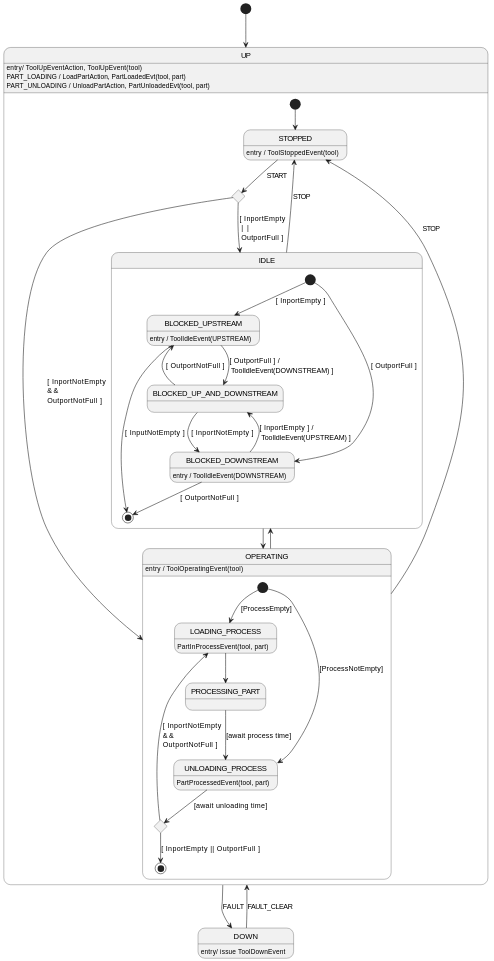
The PlantUML diagram doc/tool-fsm.svg in onouv/mes-tool-mock-srv, before a commit.
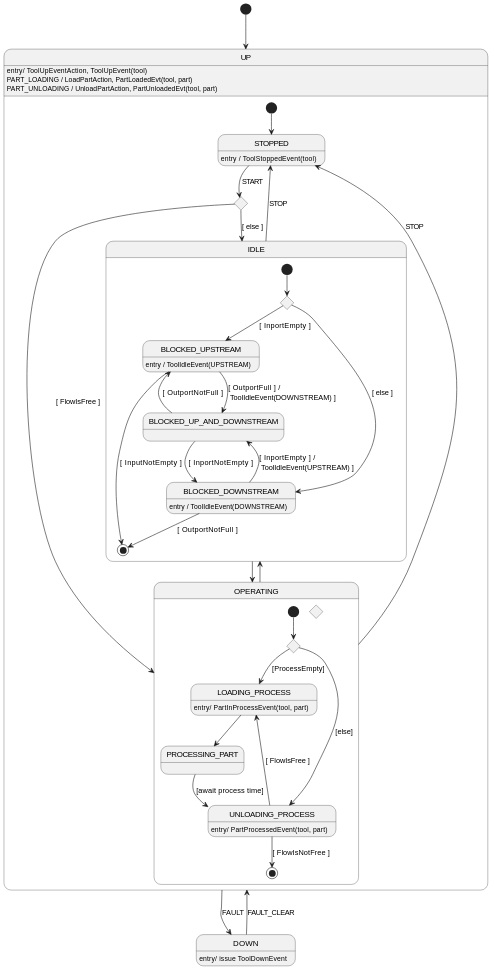
After the change.

What changed in the source:
```diff
@@ -13,11 +13,11 @@
     state STOPPED
     STOPPED: entry / ToolStoppedEvent(tool)
 
-    state CHOICE_START <<choice>>
+    state UP_CHOICE <<choice>>
     [*] --> STOPPED
-    STOPPED --> CHOICE_START: START
-    CHOICE_START --> OPERATING: [ InportNotEmpty\n&&\nOutportNotFull ]
-    CHOICE_START --> IDLE: [ InportEmpty \n ||\n OutportFull ]
+    STOPPED --> UP_CHOICE: START
+    UP_CHOICE --> OPERATING: [ FlowIsFree ]
+    UP_CHOICE --> IDLE: [ else ]
 
     OPERATING --> STOPPED: STOP
     OPERATING --> IDLE
@@ -26,9 +26,11 @@
 
         state BLOCKED_UPSTREAM: entry / ToolIdleEvent(UPSTREAM)
         state BLOCKED_DOWNSTREAM: entry / ToolIdleEvent(DOWNSTREAM)
+        state IDLE_CHOICE <<choice>>
 
-        [*] --> BLOCKED_UPSTREAM: [ InportEmpty ]
-        [*] --> BLOCKED_DOWNSTREAM: [ OutportFull ]
+        [*] --> IDLE_CHOICE
+        IDLE_CHOICE --> BLOCKED_UPSTREAM: [ InportEmpty ]
+        IDLE_CHOICE --> BLOCKED_DOWNSTREAM: [ else ]
         BLOCKED_DOWNSTREAM --> BLOCKED_UP_AND_DOWNSTREAM: [ InportEmpty ] /\n ToolIdleEvent(UPSTREAM) ]
         BLOCKED_UPSTREAM --> BLOCKED_UP_AND_DOWNSTREAM: [ OutportFull ] /\n ToolIdleEvent(DOWNSTREAM) ]
         BLOCKED_UP_AND_DOWNSTREAM --> BLOCKED_UPSTREAM: [ OutportNotFull ]
@@ -38,20 +40,20 @@
      }
 
     state OPERATING {
-        OPERATING: entry / ToolOperatingEvent(tool)
-                state LOADING_PROCESS: PartInProcessEvent(tool, part)
-                state UNLOADING_PROCESS: PartProcessedEvent(tool, part)
-                state CHOICE_UNLOADING <<choice>>
-                state PROCESSING_PART
+        state LOADING_PROCESS: entry/ PartInProcessEvent(tool, part)
+        state UNLOADING_PROCESS: entry/ PartProcessedEvent(tool, part)
+        state CHOICE_PROCESS_EMPTY <<choice>>
+        state CHOICE_UNLOADING <<choice>>
+        state PROCESSING_PART
 
-                [*] --> LOADING_PROCESS: [ProcessEmpty]
-                [*] --> UNLOADING_PROCESS: [ProcessNotEmpty]
-                LOADING_PROCESS --> PROCESSING_PART
+        [*] --> CHOICE_PROCESS_EMPTY
+        CHOICE_PROCESS_EMPTY --> LOADING_PROCESS: [ProcessEmpty]
+        CHOICE_PROCESS_EMPTY --> UNLOADING_PROCESS: [else]
+        LOADING_PROCESS --> PROCESSING_PART
 
-                PROCESSING_PART --> UNLOADING_PROCESS: [await process time]
-                UNLOADING_PROCESS --> CHOICE_UNLOADING: [await unloading time]
-                CHOICE_UNLOADING --> LOADING_PROCESS: [ InportNotEmpty \n&& \nOutportNotFull ]
-                CHOICE_UNLOADING --> [*] : [ InportEmpty || OutportFull ]
+        PROCESSING_PART --> UNLOADING_PROCESS: [await process time]
+        UNLOADING_PROCESS --> LOADING_PROCESS: [ FlowIsFree ]
+        UNLOADING_PROCESS --> [*] : [ FlowIsNotFree ]
     }
 
     IDLE --> OPERATING
```
